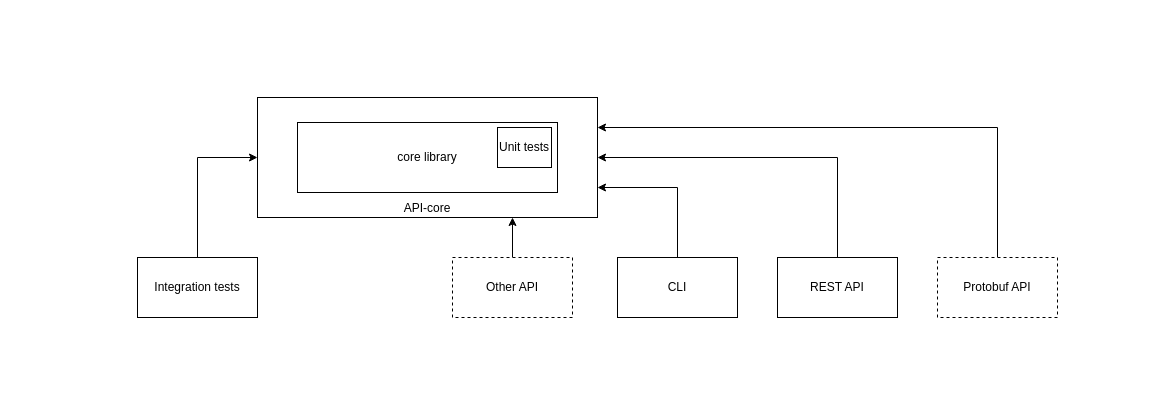
Before: docs/structure.drawio in U-Company/python-private-service-layout, a draw.io diagram. Source tidied: cells renumbered, new cells numbered last; positions are measured from the earlier drawing's top-left corner, leaving out a move shared by most shapes. Both pictures are drawn from the tidied source at 100%, with x=0, y=0 at pixel (137, 97).
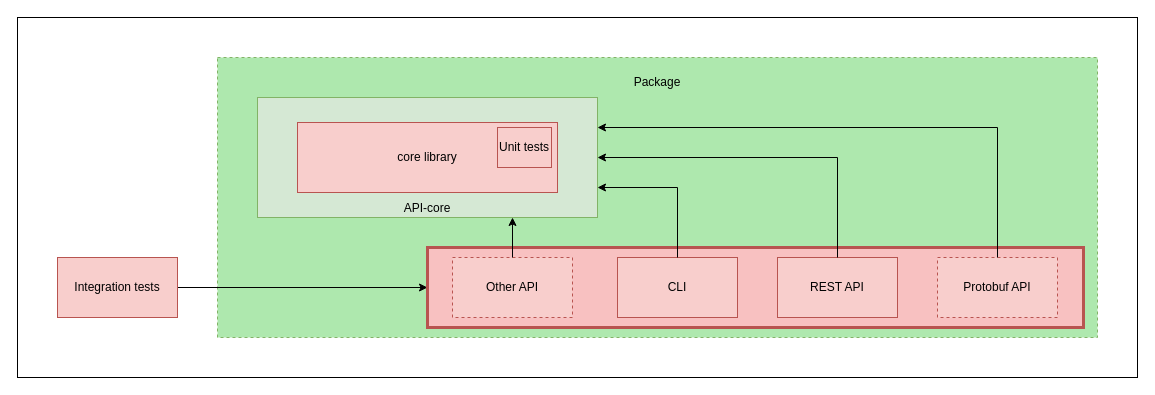
The same page after the edit.

Change to the diagram source:
```diff
@@
 <mxGraphModel>
   <root>
     <mxCell id="0" />
     <mxCell id="1" parent="0" />
+    <mxCell id="15" value="Package&lt;br&gt;&lt;br&gt;&lt;br&gt;&lt;br&gt;&lt;br&gt;&lt;br&gt;&lt;br&gt;&lt;br&gt;&lt;br&gt;&lt;br&gt;&lt;br&gt;&lt;br&gt;&lt;br&gt;&lt;br&gt;&lt;br&gt;&lt;br&gt;&lt;br&gt;" style="rounded=0;whiteSpace=wrap;html=1;dashed=1;fillColor=#AEE8AE;strokeColor=#82b366;" parent="1" vertex="1">
+      <mxGeometry x="80" y="-40" width="880" height="280" as="geometry" />
+    </mxCell>
-    <mxCell id="2" value="&lt;br&gt;&lt;br&gt;&lt;br&gt;&lt;br&gt;&lt;br&gt;&lt;br&gt;&lt;br&gt;API-core" style="rounded=0;whiteSpace=wrap;html=1;" parent="1" vertex="1">
+    <mxCell id="2" value="&lt;br&gt;&lt;br&gt;&lt;br&gt;&lt;br&gt;&lt;br&gt;&lt;br&gt;&lt;br&gt;API-core" style="rounded=0;whiteSpace=wrap;html=1;fillColor=#d5e8d4;strokeColor=#82b366;" parent="1" vertex="1">
       <mxGeometry x="120" width="340" height="120" as="geometry" />
     </mxCell>
-    <mxCell id="3" value="core library" style="rounded=0;whiteSpace=wrap;html=1;" parent="1" vertex="1">
+    <mxCell id="3" value="core library" style="rounded=0;whiteSpace=wrap;html=1;fillColor=#f8cecc;strokeColor=#b85450;" parent="1" vertex="1">
       <mxGeometry x="160" y="25" width="260" height="70" as="geometry" />
     </mxCell>
-    <mxCell id="4" style="edgeStyle=orthogonalEdgeStyle;rounded=0;jettySize=auto;html=1;exitX=0.5;exitY=0;exitDx=0;exitDy=0;entryX=0;entryY=0.5;entryDx=0;entryDy=0;" parent="1" edge="1" source="5" target="2">
-      <mxGeometry relative="1" as="geometry" />
-    </mxCell>
+    <mxCell id="16" style="edgeStyle=orthogonalEdgeStyle;rounded=0;jettySize=auto;html=1;exitX=1;exitY=0.5;exitDx=0;exitDy=0;entryX=0;entryY=0.5;entryDx=0;entryDy=0;" parent="1" edge="1" source="5" target="17">
+      <mxGeometry relative="1" as="geometry" />
+    </mxCell>
-    <mxCell id="5" value="Integration tests" style="rounded=0;whiteSpace=wrap;html=1;" parent="1" vertex="1">
-      <mxGeometry y="160" width="120" height="60" as="geometry" />
+    <mxCell id="5" value="Integration tests" style="rounded=0;whiteSpace=wrap;html=1;fillColor=#f8cecc;strokeColor=#b85450;" parent="1" vertex="1">
+      <mxGeometry x="-80" y="160" width="120" height="60" as="geometry" />
     </mxCell>
-    <mxCell id="6" value="Unit tests" style="rounded=0;whiteSpace=wrap;html=1;" parent="1" vertex="1">
+    <mxCell id="6" value="Unit tests" style="rounded=0;whiteSpace=wrap;html=1;fillColor=#f8cecc;strokeColor=#b85450;" parent="1" vertex="1">
       <mxGeometry x="360" y="30" width="54" height="40" as="geometry" />
     </mxCell>
+    <mxCell id="17" style="rounded=0;whiteSpace=wrap;html=1;fillColor=#F8C1C1;strokeColor=#b85450;strokeWidth=3;" parent="1" vertex="1">
+      <mxGeometry x="290" y="150" width="656" height="80" as="geometry" />
+    </mxCell>
+    <mxCell id="8" value="CLI" style="rounded=0;whiteSpace=wrap;html=1;fillColor=#f8cecc;strokeColor=#b85450;" parent="1" vertex="1">
+      <mxGeometry x="480" y="160" width="120" height="60" as="geometry" />
+    </mxCell>
+    <mxCell id="10" value="REST API" style="rounded=0;whiteSpace=wrap;html=1;fillColor=#f8cecc;strokeColor=#b85450;" parent="1" vertex="1">
+      <mxGeometry x="640" y="160" width="120" height="60" as="geometry" />
+    </mxCell>
+    <mxCell id="12" value="Protobuf API" style="rounded=0;whiteSpace=wrap;html=1;dashed=1;fillColor=#f8cecc;strokeColor=#b85450;" parent="1" vertex="1">
+      <mxGeometry x="800" y="160" width="120" height="60" as="geometry" />
+    </mxCell>
+    <mxCell id="14" value="Other API" style="rounded=0;whiteSpace=wrap;html=1;dashed=1;fillColor=#f8cecc;strokeColor=#b85450;" parent="1" vertex="1">
+      <mxGeometry x="315" y="160" width="120" height="60" as="geometry" />
+    </mxCell>
     <mxCell id="7" style="edgeStyle=orthogonalEdgeStyle;rounded=0;jettySize=auto;html=1;exitX=0.5;exitY=0;exitDx=0;exitDy=0;entryX=1;entryY=0.75;entryDx=0;entryDy=0;" parent="1" edge="1" source="8" target="2">
       <mxGeometry relative="1" as="geometry" />
     </mxCell>
-    <mxCell id="8" value="CLI" style="rounded=0;whiteSpace=wrap;html=1;" parent="1" vertex="1">
-      <mxGeometry x="480" y="160" width="120" height="60" as="geometry" />
-    </mxCell>
     <mxCell id="9" style="edgeStyle=orthogonalEdgeStyle;rounded=0;jettySize=auto;html=1;exitX=0.5;exitY=0;exitDx=0;exitDy=0;entryX=1;entryY=0.5;entryDx=0;entryDy=0;" parent="1" edge="1" source="10" target="2">
       <mxGeometry relative="1" as="geometry" />
     </mxCell>
-    <mxCell id="10" value="REST API" style="rounded=0;whiteSpace=wrap;html=1;" parent="1" vertex="1">
-      <mxGeometry x="640" y="160" width="120" height="60" as="geometry" />
-    </mxCell>
     <mxCell id="11" style="edgeStyle=orthogonalEdgeStyle;rounded=0;jettySize=auto;html=1;exitX=0.5;exitY=0;exitDx=0;exitDy=0;entryX=1;entryY=0.25;entryDx=0;entryDy=0;" parent="1" edge="1" source="12" target="2">
       <mxGeometry relative="1" as="geometry" />
     </mxCell>
-    <mxCell id="12" value="Protobuf API" style="rounded=0;whiteSpace=wrap;html=1;dashed=1;" parent="1" vertex="1">
-      <mxGeometry x="800" y="160" width="120" height="60" as="geometry" />
-    </mxCell>
     <mxCell id="13" style="edgeStyle=orthogonalEdgeStyle;rounded=0;jettySize=auto;html=1;exitX=0.5;exitY=0;exitDx=0;exitDy=0;entryX=0.75;entryY=1;entryDx=0;entryDy=0;" parent="1" edge="1" source="14" target="2">
       <mxGeometry relative="1" as="geometry" />
     </mxCell>
-    <mxCell id="14" value="Other API" style="rounded=0;whiteSpace=wrap;html=1;dashed=1;" parent="1" vertex="1">
-      <mxGeometry x="315" y="160" width="120" height="60" as="geometry" />
-    </mxCell>
+    <mxCell id="18" style="rounded=0;whiteSpace=wrap;html=1;strokeWidth=1;fillColor=none;" parent="1" vertex="1">
+      <mxGeometry x="-120" y="-80" width="1120" height="360" as="geometry" />
+    </mxCell>
   </root>
 </mxGraphModel>
```
